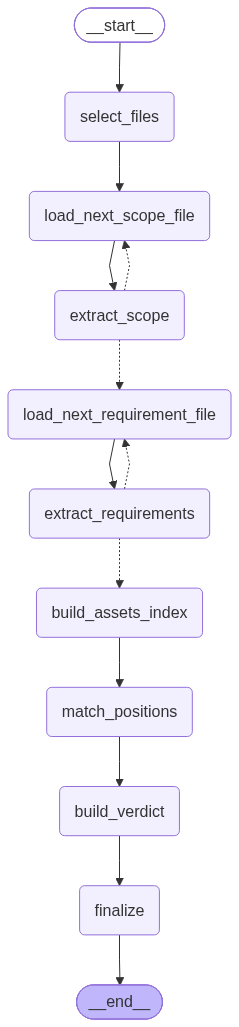
Earlier version of the Mermaid export docs/pipeline_graph.png (KruglovDmitry/AI-tender). Its source is kept beside it as docs/pipeline_graph.mmd.
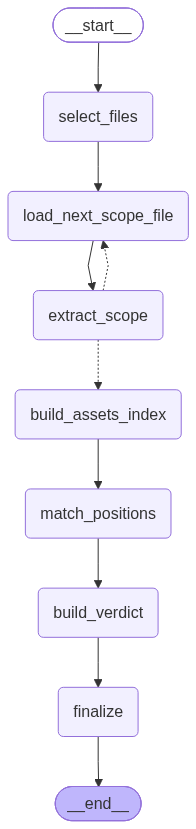
The same diagram one commit later.

What changed in the source:
```diff
@@ -8,8 +8,6 @@
 	select_files(select_files)
 	load_next_scope_file(load_next_scope_file)
 	extract_scope(extract_scope)
-	load_next_requirement_file(load_next_requirement_file)
-	extract_requirements(extract_requirements)
 	build_assets_index(build_assets_index)
 	match_positions(match_positions)
 	build_verdict(build_verdict)
@@ -18,11 +16,8 @@
 	__start__ --> select_files;
 	build_assets_index --> match_positions;
 	build_verdict --> finalize;
-	extract_requirements -.-> build_assets_index;
-	extract_requirements -.-> load_next_requirement_file;
-	extract_scope -.-> load_next_requirement_file;
+	extract_scope -.-> build_assets_index;
 	extract_scope -.-> load_next_scope_file;
-	load_next_requirement_file --> extract_requirements;
 	load_next_scope_file --> extract_scope;
 	match_positions --> build_verdict;
 	select_files --> load_next_scope_file;
```
